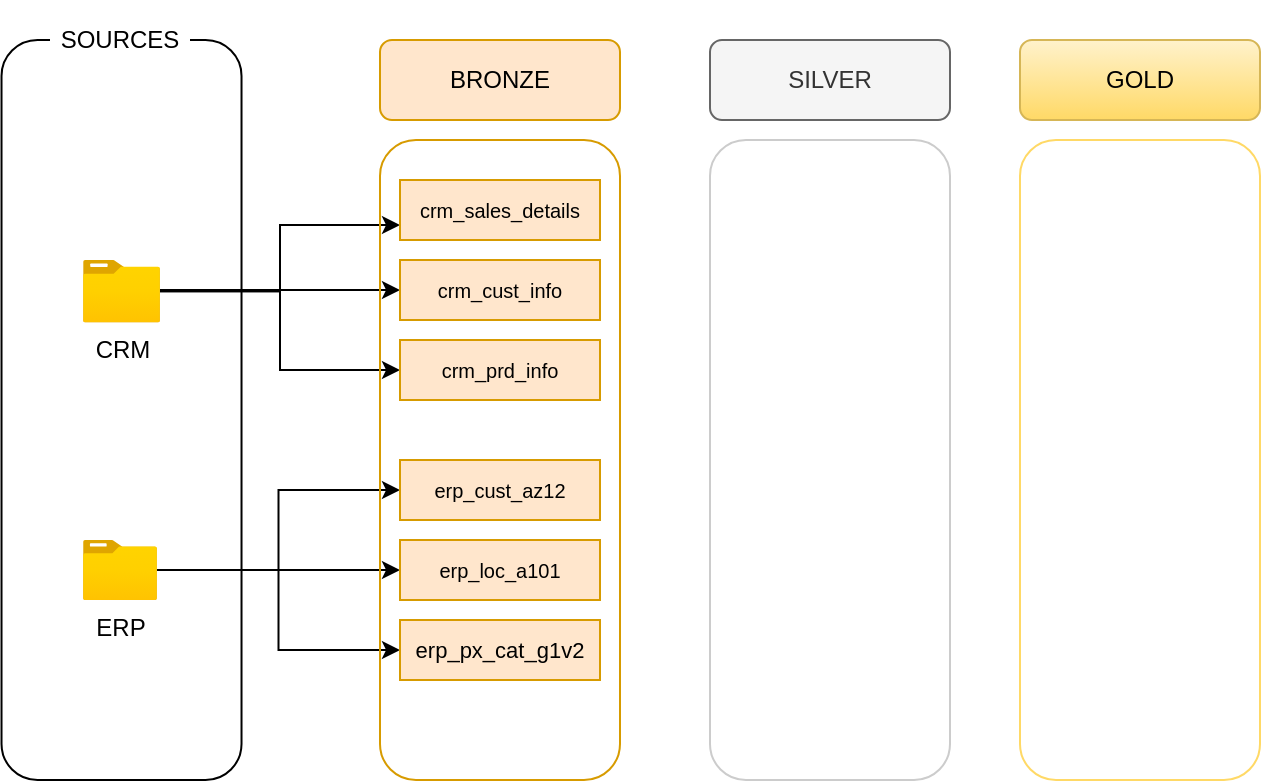
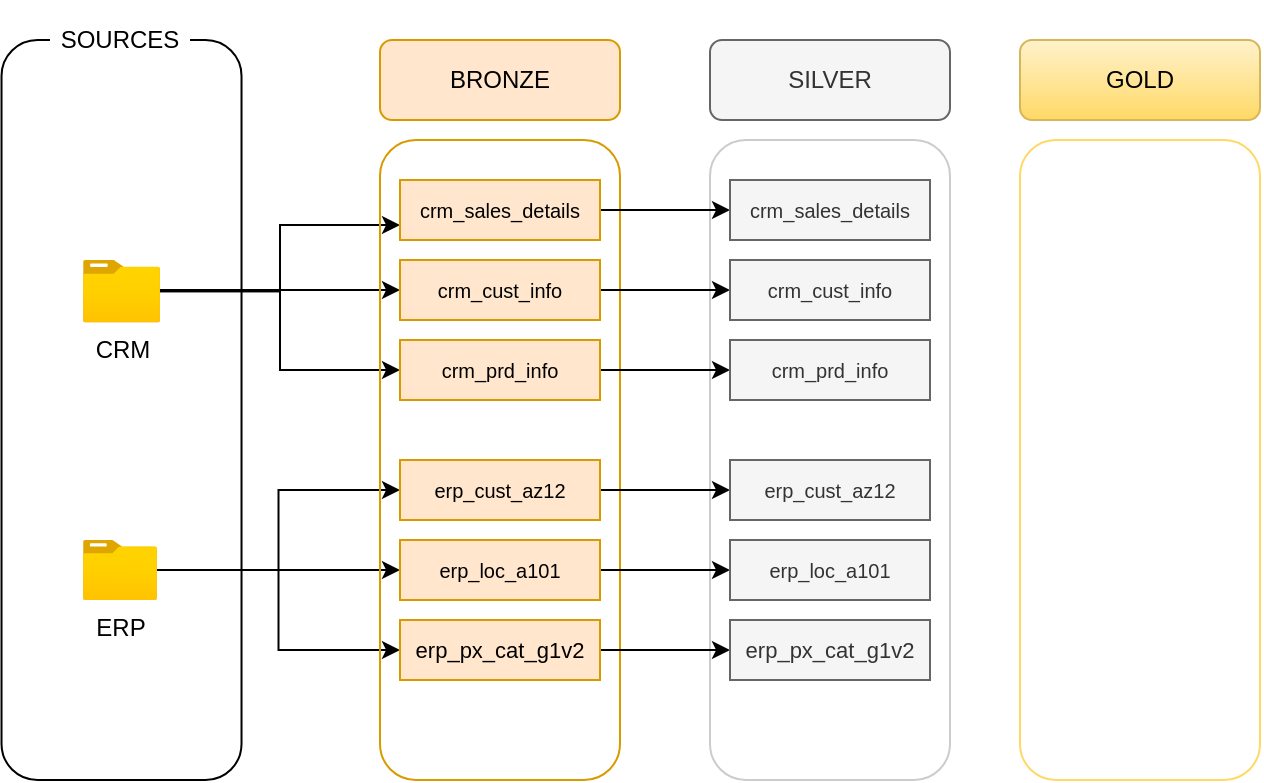
<mxfile host="app.diagrams.net">
  <diagram name="Page-1" id="FQAitrD9whs4-vIKLa4Y">
-     <mxGraphModel dx="1269" dy="562" grid="1" gridSize="10" guides="1" tooltips="1" connect="1" arrows="1" fold="1" page="1" pageScale="1" pageWidth="850" pageHeight="1100" math="0" shadow="0">
+     <mxGraphModel dx="858" dy="468" grid="1" gridSize="10" guides="1" tooltips="1" connect="1" arrows="1" fold="1" page="1" pageScale="1" pageWidth="850" pageHeight="1100" math="0" shadow="0">
      <root>
        <mxCell id="0" />
        <mxCell id="1" parent="0" />
        <mxCell id="8a7gbprku-J1HkdxZgn7-1" parent="1" style="rounded=1;whiteSpace=wrap;html=1;fillColor=none;gradientColor=none;" value="" vertex="1">
          <mxGeometry height="370" width="120" x="70.76" y="170" as="geometry" />
        </mxCell>
        <mxCell id="8a7gbprku-J1HkdxZgn7-2" parent="1" style="rounded=0;whiteSpace=wrap;html=1;strokeColor=none;fillColor=default;" value="SOURCES" vertex="1">
          <mxGeometry height="40" width="70" x="95" y="150" as="geometry" />
        </mxCell>
        <mxCell id="8a7gbprku-J1HkdxZgn7-19" edge="1" parent="1" source="8a7gbprku-J1HkdxZgn7-4" style="edgeStyle=orthogonalEdgeStyle;rounded=0;orthogonalLoop=1;jettySize=auto;html=1;entryX=0;entryY=0.5;entryDx=0;entryDy=0;" target="8a7gbprku-J1HkdxZgn7-14">
          <mxGeometry relative="1" as="geometry">
            <Array as="points">
              <mxPoint x="210" y="296" />
            </Array>
          </mxGeometry>
        </mxCell>
        <mxCell id="8a7gbprku-J1HkdxZgn7-20" edge="1" parent="1" source="8a7gbprku-J1HkdxZgn7-4" style="edgeStyle=orthogonalEdgeStyle;rounded=0;orthogonalLoop=1;jettySize=auto;html=1;entryX=0;entryY=0.75;entryDx=0;entryDy=0;" target="8a7gbprku-J1HkdxZgn7-13">
          <mxGeometry relative="1" as="geometry" />
        </mxCell>
        <mxCell id="8a7gbprku-J1HkdxZgn7-21" edge="1" parent="1" source="8a7gbprku-J1HkdxZgn7-4" style="edgeStyle=orthogonalEdgeStyle;rounded=0;orthogonalLoop=1;jettySize=auto;html=1;entryX=0;entryY=0.5;entryDx=0;entryDy=0;" target="8a7gbprku-J1HkdxZgn7-15">
          <mxGeometry relative="1" as="geometry" />
        </mxCell>
        <mxCell id="8a7gbprku-J1HkdxZgn7-4" parent="1" style="image;aspect=fixed;html=1;points=[];align=center;fontSize=12;image=img/lib/azure2/general/Folder_Blank.svg;" value="CRM" vertex="1">
          <mxGeometry height="31.23" width="38.48" x="111.52" y="280" as="geometry" />
        </mxCell>
        <mxCell id="8a7gbprku-J1HkdxZgn7-25" edge="1" parent="1" source="8a7gbprku-J1HkdxZgn7-5" style="edgeStyle=orthogonalEdgeStyle;rounded=0;orthogonalLoop=1;jettySize=auto;html=1;entryX=0;entryY=0.5;entryDx=0;entryDy=0;" target="8a7gbprku-J1HkdxZgn7-17">
          <mxGeometry relative="1" as="geometry" />
        </mxCell>
        <mxCell id="8a7gbprku-J1HkdxZgn7-26" edge="1" parent="1" source="8a7gbprku-J1HkdxZgn7-5" style="edgeStyle=orthogonalEdgeStyle;rounded=0;orthogonalLoop=1;jettySize=auto;html=1;entryX=0;entryY=0.5;entryDx=0;entryDy=0;" target="8a7gbprku-J1HkdxZgn7-16">
          <mxGeometry relative="1" as="geometry" />
        </mxCell>
        <mxCell id="8a7gbprku-J1HkdxZgn7-28" edge="1" parent="1" source="8a7gbprku-J1HkdxZgn7-5" style="edgeStyle=orthogonalEdgeStyle;rounded=0;orthogonalLoop=1;jettySize=auto;html=1;entryX=0;entryY=0.5;entryDx=0;entryDy=0;" target="8a7gbprku-J1HkdxZgn7-18">
          <mxGeometry relative="1" as="geometry" />
        </mxCell>
        <mxCell id="8a7gbprku-J1HkdxZgn7-5" parent="1" style="image;aspect=fixed;html=1;points=[];align=center;fontSize=12;image=img/lib/azure2/general/Folder_Blank.svg;" value="ERP" vertex="1">
          <mxGeometry height="30" width="36.96" x="111.52" y="420" as="geometry" />
        </mxCell>
        <mxCell id="8a7gbprku-J1HkdxZgn7-6" parent="1" style="rounded=1;whiteSpace=wrap;html=1;fillColor=none;strokeColor=#d79b00;" value="" vertex="1">
          <mxGeometry height="320" width="120" x="260" y="220" as="geometry" />
        </mxCell>
        <mxCell id="8a7gbprku-J1HkdxZgn7-8" parent="1" style="rounded=1;whiteSpace=wrap;html=1;fillColor=#ffe6cc;strokeColor=#d79b00;" value="BRONZE" vertex="1">
          <mxGeometry height="40" width="120" x="260" y="170" as="geometry" />
        </mxCell>
        <mxCell id="8a7gbprku-J1HkdxZgn7-9" parent="1" style="rounded=1;whiteSpace=wrap;html=1;fillColor=none;strokeColor=#CCCCCC;" value="" vertex="1">
          <mxGeometry height="320" width="120" x="425" y="220" as="geometry" />
        </mxCell>
        <mxCell id="8a7gbprku-J1HkdxZgn7-10" parent="1" style="rounded=1;whiteSpace=wrap;html=1;fillColor=#f5f5f5;strokeColor=#666666;fontColor=#333333;" value="SILVER" vertex="1">
          <mxGeometry height="40" width="120" x="425" y="170" as="geometry" />
        </mxCell>
        <mxCell id="8a7gbprku-J1HkdxZgn7-11" parent="1" style="rounded=1;whiteSpace=wrap;html=1;fillColor=none;strokeColor=#FFD966;" value="" vertex="1">
          <mxGeometry height="320" width="120" x="580" y="220" as="geometry" />
        </mxCell>
        <mxCell id="8a7gbprku-J1HkdxZgn7-12" parent="1" style="rounded=1;whiteSpace=wrap;html=1;fillColor=#fff2cc;strokeColor=#d6b656;gradientColor=#ffd966;" value="GOLD" vertex="1">
          <mxGeometry height="40" width="120" x="580" y="170" as="geometry" />
        </mxCell>
+         <mxCell id="5b0is93rtEn5pvU01NwO-7" edge="1" parent="1" source="8a7gbprku-J1HkdxZgn7-13" style="edgeStyle=orthogonalEdgeStyle;rounded=0;orthogonalLoop=1;jettySize=auto;html=1;entryX=0;entryY=0.5;entryDx=0;entryDy=0;" target="5b0is93rtEn5pvU01NwO-1">
+           <mxGeometry relative="1" as="geometry" />
+         </mxCell>
        <mxCell id="8a7gbprku-J1HkdxZgn7-13" parent="1" style="rounded=0;whiteSpace=wrap;html=1;fillColor=#ffe6cc;strokeColor=#d79b00;" value="&lt;font style=&quot;font-size: 10px;&quot;&gt;crm_sales_details&lt;/font&gt;" vertex="1">
          <mxGeometry height="30" width="100" x="270" y="240" as="geometry" />
+         </mxCell>
+         <mxCell id="5b0is93rtEn5pvU01NwO-8" edge="1" parent="1" source="8a7gbprku-J1HkdxZgn7-14" style="edgeStyle=orthogonalEdgeStyle;rounded=0;orthogonalLoop=1;jettySize=auto;html=1;entryX=0;entryY=0.5;entryDx=0;entryDy=0;" target="5b0is93rtEn5pvU01NwO-2">
+           <mxGeometry relative="1" as="geometry" />
        </mxCell>
        <mxCell id="8a7gbprku-J1HkdxZgn7-14" parent="1" style="rounded=0;whiteSpace=wrap;html=1;fillColor=#ffe6cc;strokeColor=#d79b00;" value="&lt;font style=&quot;font-size: 10px;&quot;&gt;crm_cust_info&lt;/font&gt;" vertex="1">
          <mxGeometry height="30" width="100" x="270" y="280" as="geometry" />
        </mxCell>
+         <mxCell id="5b0is93rtEn5pvU01NwO-9" edge="1" parent="1" source="8a7gbprku-J1HkdxZgn7-15" style="edgeStyle=orthogonalEdgeStyle;rounded=0;orthogonalLoop=1;jettySize=auto;html=1;entryX=0;entryY=0.5;entryDx=0;entryDy=0;" target="5b0is93rtEn5pvU01NwO-3">
+           <mxGeometry relative="1" as="geometry" />
+         </mxCell>
        <mxCell id="8a7gbprku-J1HkdxZgn7-15" parent="1" style="rounded=0;whiteSpace=wrap;html=1;fillColor=#ffe6cc;strokeColor=#d79b00;" value="&lt;font style=&quot;font-size: 10px;&quot;&gt;crm_prd_info&lt;/font&gt;" vertex="1">
          <mxGeometry height="30" width="100" x="270" y="320" as="geometry" />
+         </mxCell>
+         <mxCell id="5b0is93rtEn5pvU01NwO-10" edge="1" parent="1" source="8a7gbprku-J1HkdxZgn7-16" style="edgeStyle=orthogonalEdgeStyle;rounded=0;orthogonalLoop=1;jettySize=auto;html=1;entryX=0;entryY=0.5;entryDx=0;entryDy=0;" target="5b0is93rtEn5pvU01NwO-4">
+           <mxGeometry relative="1" as="geometry" />
        </mxCell>
        <mxCell id="8a7gbprku-J1HkdxZgn7-16" parent="1" style="rounded=0;whiteSpace=wrap;html=1;fillColor=#ffe6cc;strokeColor=#d79b00;" value="&lt;font style=&quot;font-size: 10px;&quot;&gt;erp_cust_az12&lt;/font&gt;" vertex="1">
          <mxGeometry height="30" width="100" x="270" y="380" as="geometry" />
        </mxCell>
+         <mxCell id="5b0is93rtEn5pvU01NwO-11" edge="1" parent="1" source="8a7gbprku-J1HkdxZgn7-17" style="edgeStyle=orthogonalEdgeStyle;rounded=0;orthogonalLoop=1;jettySize=auto;html=1;entryX=0;entryY=0.5;entryDx=0;entryDy=0;" target="5b0is93rtEn5pvU01NwO-5">
+           <mxGeometry relative="1" as="geometry" />
+         </mxCell>
        <mxCell id="8a7gbprku-J1HkdxZgn7-17" parent="1" style="rounded=0;whiteSpace=wrap;html=1;fillColor=#ffe6cc;strokeColor=#d79b00;" value="&lt;font style=&quot;font-size: 10px;&quot;&gt;erp_loc_a101&lt;/font&gt;" vertex="1">
          <mxGeometry height="30" width="100" x="270" y="420" as="geometry" />
        </mxCell>
+         <mxCell id="5b0is93rtEn5pvU01NwO-12" edge="1" parent="1" source="8a7gbprku-J1HkdxZgn7-18" style="edgeStyle=orthogonalEdgeStyle;rounded=0;orthogonalLoop=1;jettySize=auto;html=1;entryX=0;entryY=0.5;entryDx=0;entryDy=0;" target="5b0is93rtEn5pvU01NwO-6">
+           <mxGeometry relative="1" as="geometry" />
+         </mxCell>
        <mxCell id="8a7gbprku-J1HkdxZgn7-18" parent="1" style="rounded=0;whiteSpace=wrap;html=1;fillColor=#ffe6cc;strokeColor=#d79b00;" value="&lt;font style=&quot;font-size: 11px;&quot;&gt;erp_px_cat_g1v2&lt;/font&gt;" vertex="1">
          <mxGeometry height="30" width="100" x="270" y="460" as="geometry" />
+         </mxCell>
+         <mxCell id="5b0is93rtEn5pvU01NwO-1" parent="1" style="rounded=0;whiteSpace=wrap;html=1;fillColor=#f5f5f5;strokeColor=#666666;fontColor=#333333;" value="&lt;font style=&quot;font-size: 10px;&quot;&gt;crm_sales_details&lt;/font&gt;" vertex="1">
+           <mxGeometry height="30" width="100" x="435" y="240" as="geometry" />
+         </mxCell>
+         <mxCell id="5b0is93rtEn5pvU01NwO-2" parent="1" style="rounded=0;whiteSpace=wrap;html=1;fillColor=#f5f5f5;strokeColor=#666666;fontColor=#333333;" value="&lt;font style=&quot;font-size: 10px;&quot;&gt;crm_cust_info&lt;/font&gt;" vertex="1">
+           <mxGeometry height="30" width="100" x="435" y="280" as="geometry" />
+         </mxCell>
+         <mxCell id="5b0is93rtEn5pvU01NwO-3" parent="1" style="rounded=0;whiteSpace=wrap;html=1;fillColor=#f5f5f5;strokeColor=#666666;fontColor=#333333;" value="&lt;font style=&quot;font-size: 10px;&quot;&gt;crm_prd_info&lt;/font&gt;" vertex="1">
+           <mxGeometry height="30" width="100" x="435" y="320" as="geometry" />
+         </mxCell>
+         <mxCell id="5b0is93rtEn5pvU01NwO-4" parent="1" style="rounded=0;whiteSpace=wrap;html=1;fillColor=#f5f5f5;strokeColor=#666666;fontColor=#333333;" value="&lt;font style=&quot;font-size: 10px;&quot;&gt;erp_cust_az12&lt;/font&gt;" vertex="1">
+           <mxGeometry height="30" width="100" x="435" y="380" as="geometry" />
+         </mxCell>
+         <mxCell id="5b0is93rtEn5pvU01NwO-5" parent="1" style="rounded=0;whiteSpace=wrap;html=1;fillColor=#f5f5f5;strokeColor=#666666;fontColor=#333333;" value="&lt;font style=&quot;font-size: 10px;&quot;&gt;erp_loc_a101&lt;/font&gt;" vertex="1">
+           <mxGeometry height="30" width="100" x="435" y="420" as="geometry" />
+         </mxCell>
+         <mxCell id="5b0is93rtEn5pvU01NwO-6" parent="1" style="rounded=0;whiteSpace=wrap;html=1;fillColor=#f5f5f5;strokeColor=#666666;fontColor=#333333;" value="&lt;font style=&quot;font-size: 11px;&quot;&gt;erp_px_cat_g1v2&lt;/font&gt;" vertex="1">
+           <mxGeometry height="30" width="100" x="435" y="460" as="geometry" />
        </mxCell>
      </root>
    </mxGraphModel>
  </diagram>
</mxfile>
